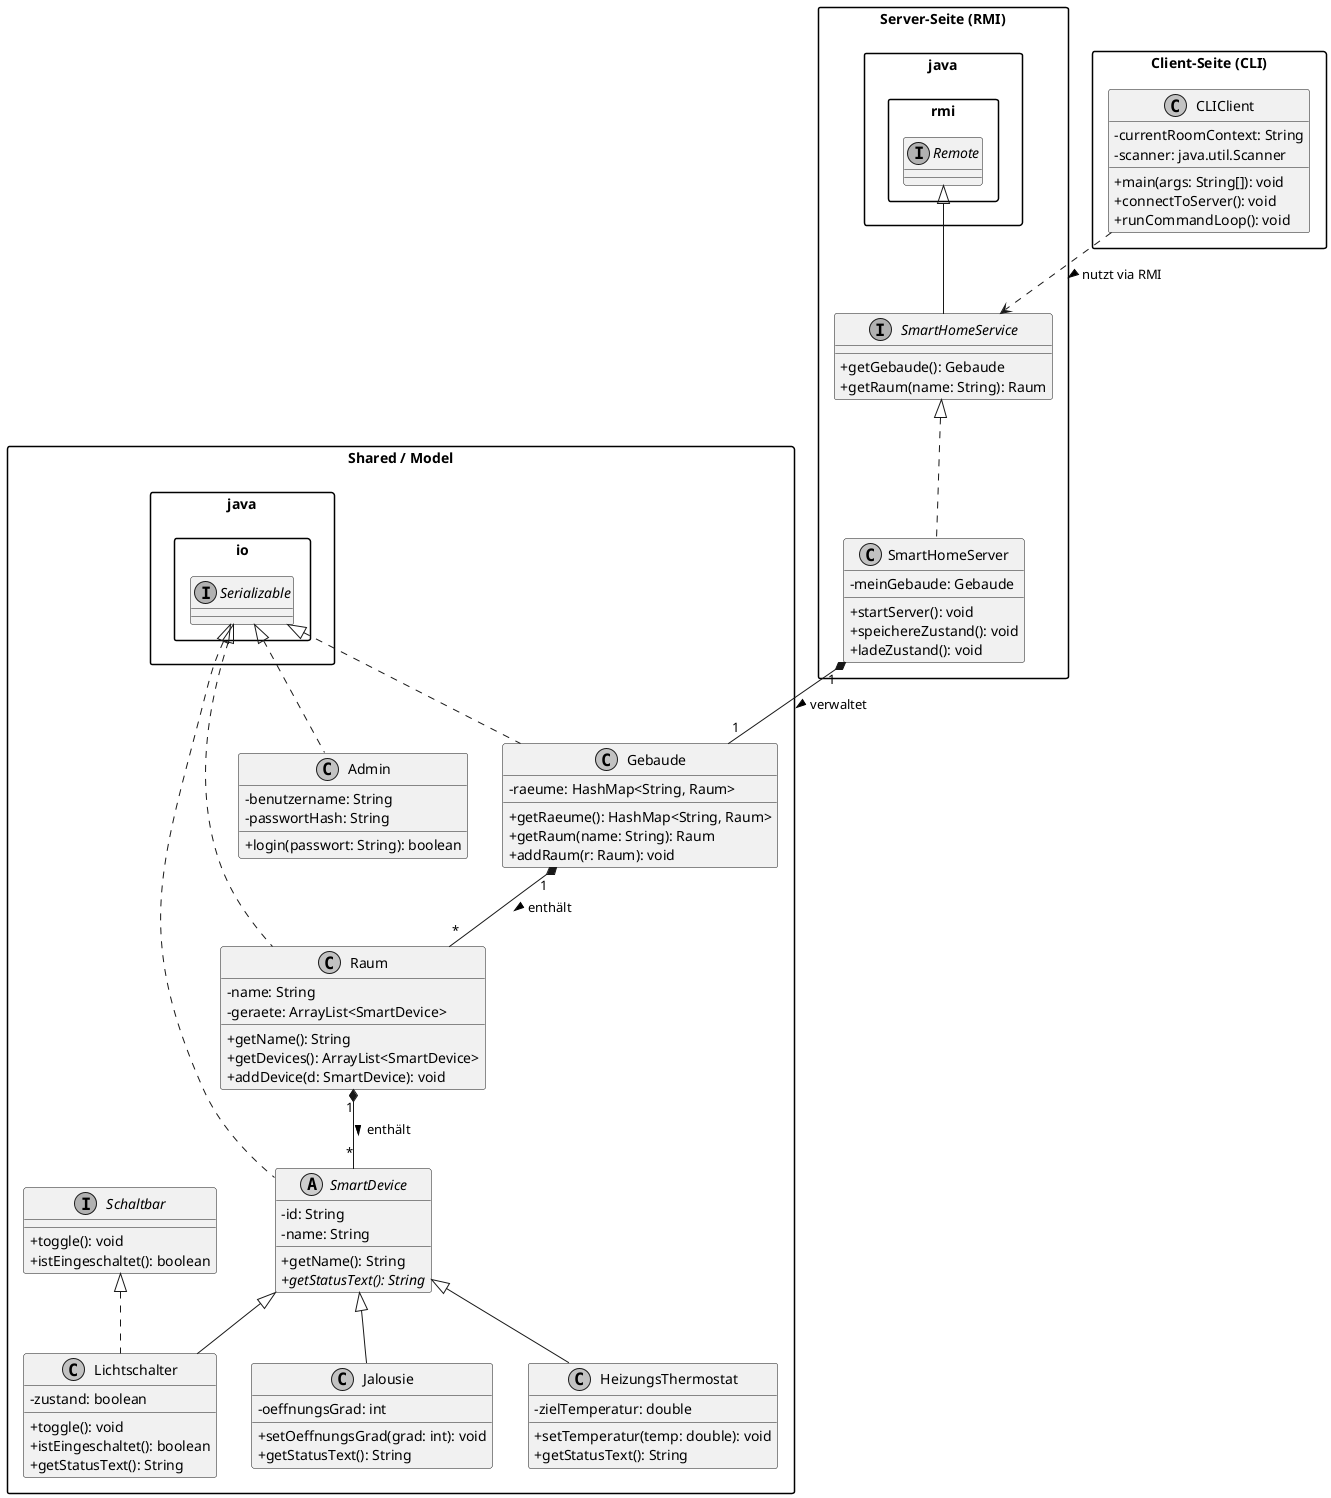
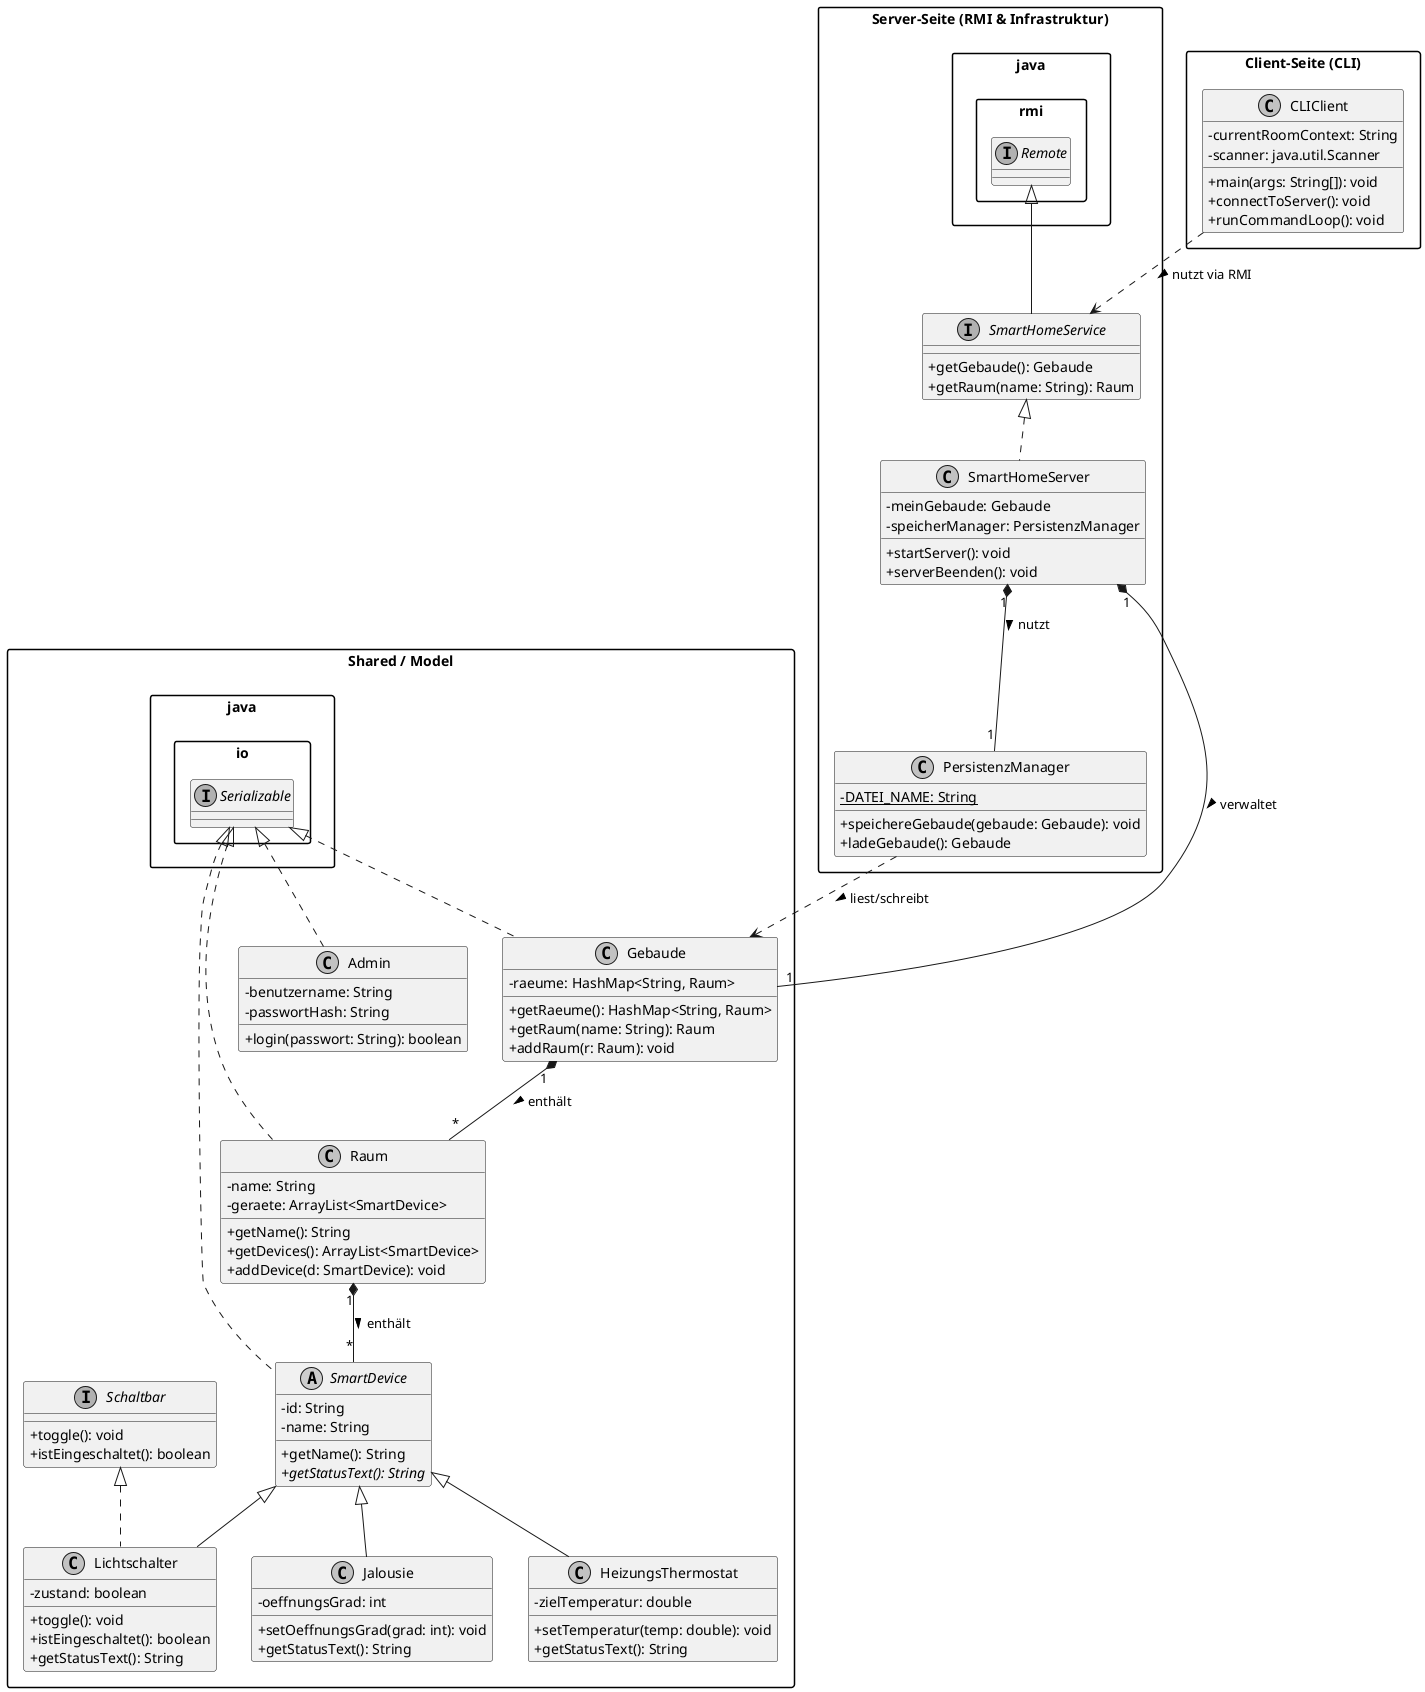
@startuml
skinparam classAttributeIconSize 0
skinparam monochrome true
skinparam packageStyle rectangle

package "Shared / Model" {
    interface java.io.Serializable

    abstract class SmartDevice implements java.io.Serializable {
        - id: String
        - name: String
        + getName(): String
        + {abstract} getStatusText(): String
    }

    interface Schaltbar {
        + toggle(): void
        + istEingeschaltet(): boolean
    }

    class HeizungsThermostat extends SmartDevice {
        - zielTemperatur: double
        + setTemperatur(temp: double): void
        + getStatusText(): String
    }

    class Lichtschalter extends SmartDevice implements Schaltbar {
        - zustand: boolean
        + toggle(): void
        + istEingeschaltet(): boolean
        + getStatusText(): String
    }

    class Jalousie extends SmartDevice {
        - oeffnungsGrad: int
        + setOeffnungsGrad(grad: int): void
        + getStatusText(): String
    }

    class Raum implements java.io.Serializable {
        - name: String
        - geraete: ArrayList<SmartDevice>
        + getName(): String
        + getDevices(): ArrayList<SmartDevice>
        + addDevice(d: SmartDevice): void
    }

    class Gebaude implements java.io.Serializable {
        - raeume: HashMap<String, Raum>
        + getRaeume(): HashMap<String, Raum>
        + getRaum(name: String): Raum
        + addRaum(r: Raum): void
    }

    class Admin implements java.io.Serializable {
        - benutzername: String
        - passwortHash: String
        + login(passwort: String): boolean
    }

    Gebaude "1" *-- "*" Raum : enthält >
    Raum "1" *-- "*" SmartDevice : enthält >
}

- package "Server-Seite (RMI)" {
+ package "Server-Seite (RMI & Infrastruktur)" {
    interface java.rmi.Remote

    interface SmartHomeService extends java.rmi.Remote {
        + getGebaude(): Gebaude
        + getRaum(name: String): Raum
    }

    class SmartHomeServer implements SmartHomeService {
        - meinGebaude: Gebaude
+         - speicherManager: PersistenzManager
        + startServer(): void
-         + speichereZustand(): void
-         + ladeZustand(): void
+         + serverBeenden(): void
+     }
+ 
+     class PersistenzManager {
+         - {static} DATEI_NAME: String
+         + speichereGebaude(gebaude: Gebaude): void
+         + ladeGebaude(): Gebaude
    }

    SmartHomeServer "1" *-- "1" Gebaude : verwaltet >
+     SmartHomeServer "1" *-- "1" PersistenzManager : nutzt >
+     PersistenzManager ..> Gebaude : liest/schreibt >
}

package "Client-Seite (CLI)" {
    class CLIClient {
        - currentRoomContext: String
        - scanner: java.util.Scanner
        + main(args: String[]): void
        + connectToServer(): void
        + runCommandLoop(): void
    }
}

CLIClient ..> SmartHomeService : nutzt via RMI >

- @enduml
+ @enduml